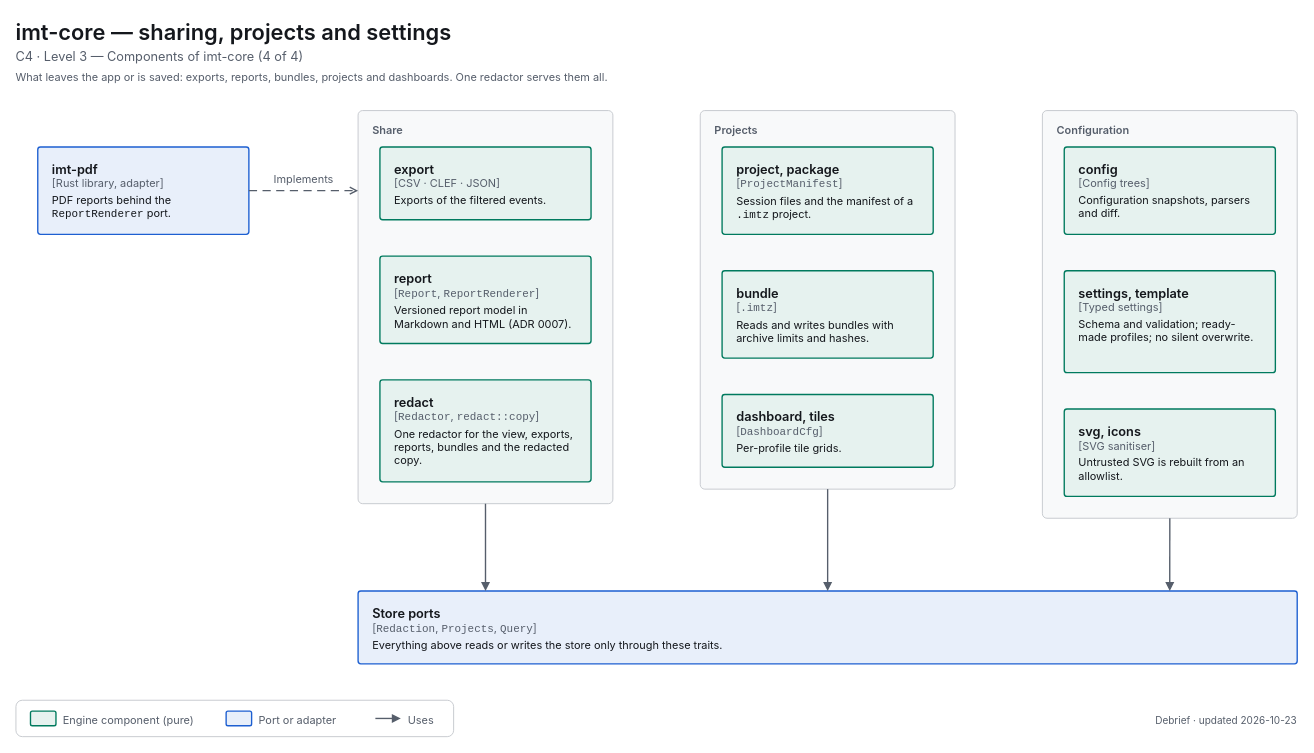
Earlier version of the draw.io diagram docs/diagrams/c4-3-engine-sharing.drawio (decryp7/integrated_maintenance_tool). Source tidied: cells renumbered, new cells numbered last; positions are measured from the earlier drawing's top-left corner, leaving out a move shared by most shapes. Both pictures are drawn from the tidied source at 91%, with x=0, y=0 at pixel (15, 15).
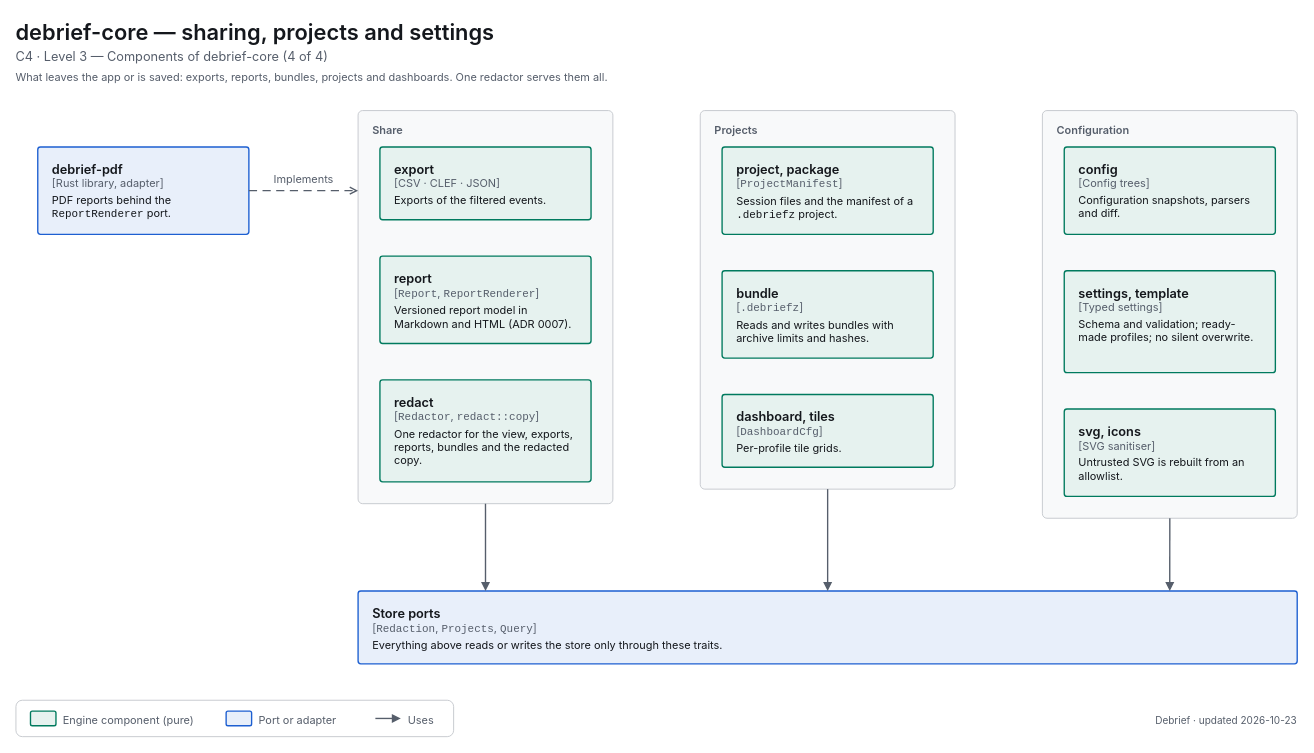
The same page after the edit.

Change to the diagram source:
```diff
@@
-    <mxCell id="2" value="&lt;span style=&quot;font-size:24px;font-weight:600&quot;&gt;imt-core — sharing, projects and settings&lt;/span&gt;" style="html=1;whiteSpace=wrap;fontFamily=-apple-system,BlinkMacSystemFont,Segoe UI,system-ui,sans-serif;fontSize=12;fontColor=light-dark(#14171C,#ECEEF1);text;strokeColor=none;fillColor=none;align=left;verticalAlign=top;spacing=0;fontColor=light-dark(#14171C,#ECEEF1);" parent="1" vertex="1">
+    <mxCell id="2" value="&lt;span style=&quot;font-size:24px;font-weight:600&quot;&gt;debrief-core — sharing, projects and settings&lt;/span&gt;" style="html=1;whiteSpace=wrap;fontFamily=-apple-system,BlinkMacSystemFont,Segoe UI,system-ui,sans-serif;fontSize=12;fontColor=light-dark(#14171C,#ECEEF1);text;strokeColor=none;fillColor=none;align=left;verticalAlign=top;spacing=0;fontColor=light-dark(#14171C,#ECEEF1);" parent="1" vertex="1">
       <mxGeometry width="1408" height="32" as="geometry" />
     </mxCell>
-    <mxCell id="3" value="&lt;span style=&quot;font-size:14px;font-weight:400&quot;&gt;C4 · Level 3 — Components of imt-core (4 of 4)&lt;/span&gt;" style="html=1;whiteSpace=wrap;fontFamily=-apple-system,BlinkMacSystemFont,Segoe UI,system-ui,sans-serif;fontSize=12;fontColor=light-dark(#14171C,#ECEEF1);text;strokeColor=none;fillColor=none;align=left;verticalAlign=top;spacing=0;fontColor=light-dark(#565E6B,#A0A7B2);" parent="1" vertex="1">
+    <mxCell id="3" value="&lt;span style=&quot;font-size:14px;font-weight:400&quot;&gt;C4 · Level 3 — Components of debrief-core (4 of 4)&lt;/span&gt;" style="html=1;whiteSpace=wrap;fontFamily=-apple-system,BlinkMacSystemFont,Segoe UI,system-ui,sans-serif;fontSize=12;fontColor=light-dark(#14171C,#ECEEF1);text;strokeColor=none;fillColor=none;align=left;verticalAlign=top;spacing=0;fontColor=light-dark(#565E6B,#A0A7B2);" parent="1" vertex="1">
       <mxGeometry y="32" width="1408" height="24" as="geometry" />
     </mxCell>
@@
-    <mxCell id="5" value="&lt;span style=&quot;font-size:14px;font-weight:600&quot;&gt;imt-pdf&lt;/span&gt;&lt;br&gt;&lt;span style=&quot;font-size:12px;color:light-dark(#565E6B,#A0A7B2)&quot;&gt;[Rust library, adapter]&lt;/span&gt;&lt;br&gt;&lt;div style=&quot;margin-top:4px;font-size:12px&quot;&gt;PDF reports behind the &lt;span style=&quot;font-family:ui-monospace,SF Mono,Cascadia Mono,Consolas,monospace;white-space:nowrap&quot;&gt;ReportRenderer&lt;/span&gt; port.&lt;/div&gt;" style="html=1;whiteSpace=wrap;fontFamily=-apple-system,BlinkMacSystemFont,Segoe UI,system-ui,sans-serif;fontSize=12;fontColor=light-dark(#14171C,#ECEEF1);rounded=1;absoluteArcSize=1;arcSize=6;strokeWidth=1.5;strokeColor=light-dark(#1D5FD1,#5B9BFF);fillColor=light-dark(#E8EFFA,#202C3F);align=left;verticalAlign=top;spacingLeft=14;spacingRight=14;spacingTop=10;spacingBottom=8;" parent="1" vertex="1">
+    <mxCell id="5" value="&lt;span style=&quot;font-size:14px;font-weight:600&quot;&gt;debrief-pdf&lt;/span&gt;&lt;br&gt;&lt;span style=&quot;font-size:12px;color:light-dark(#565E6B,#A0A7B2)&quot;&gt;[Rust library, adapter]&lt;/span&gt;&lt;br&gt;&lt;div style=&quot;margin-top:4px;font-size:12px&quot;&gt;PDF reports behind the &lt;span style=&quot;font-family:ui-monospace,SF Mono,Cascadia Mono,Consolas,monospace;white-space:nowrap&quot;&gt;ReportRenderer&lt;/span&gt; port.&lt;/div&gt;" style="html=1;whiteSpace=wrap;fontFamily=-apple-system,BlinkMacSystemFont,Segoe UI,system-ui,sans-serif;fontSize=12;fontColor=light-dark(#14171C,#ECEEF1);rounded=1;absoluteArcSize=1;arcSize=6;strokeWidth=1.5;strokeColor=light-dark(#1D5FD1,#5B9BFF);fillColor=light-dark(#E8EFFA,#202C3F);align=left;verticalAlign=top;spacingLeft=14;spacingRight=14;spacingTop=10;spacingBottom=8;" parent="1" vertex="1">
       <mxGeometry x="24" y="144" width="232" height="96" as="geometry" />
     </mxCell>
@@
-    <mxCell id="11" value="&lt;span style=&quot;font-size:14px;font-weight:600&quot;&gt;project, package&lt;/span&gt;&lt;br&gt;&lt;span style=&quot;font-size:12px;color:light-dark(#565E6B,#A0A7B2)&quot;&gt;[&lt;span style=&quot;font-family:ui-monospace,SF Mono,Cascadia Mono,Consolas,monospace;white-space:nowrap&quot;&gt;ProjectManifest&lt;/span&gt;]&lt;/span&gt;&lt;br&gt;&lt;div style=&quot;margin-top:4px;font-size:12px&quot;&gt;Session files and the manifest of a &lt;span style=&quot;font-family:ui-monospace,SF Mono,Cascadia Mono,Consolas,monospace;white-space:nowrap&quot;&gt;.imtz&lt;/span&gt; project.&lt;/div&gt;" style="html=1;whiteSpace=wrap;fontFamily=-apple-system,BlinkMacSystemFont,Segoe UI,system-ui,sans-serif;fontSize=12;fontColor=light-dark(#14171C,#ECEEF1);rounded=1;absoluteArcSize=1;arcSize=6;strokeWidth=1.5;strokeColor=light-dark(#007A5E,#2EC4A0);fillColor=light-dark(#E6F2EF,#193330);align=left;verticalAlign=top;spacingLeft=14;spacingRight=14;spacingTop=10;spacingBottom=8;" parent="1" vertex="1">
+    <mxCell id="11" value="&lt;span style=&quot;font-size:14px;font-weight:600&quot;&gt;project, package&lt;/span&gt;&lt;br&gt;&lt;span style=&quot;font-size:12px;color:light-dark(#565E6B,#A0A7B2)&quot;&gt;[&lt;span style=&quot;font-family:ui-monospace,SF Mono,Cascadia Mono,Consolas,monospace;white-space:nowrap&quot;&gt;ProjectManifest&lt;/span&gt;]&lt;/span&gt;&lt;br&gt;&lt;div style=&quot;margin-top:4px;font-size:12px&quot;&gt;Session files and the manifest of a &lt;span style=&quot;font-family:ui-monospace,SF Mono,Cascadia Mono,Consolas,monospace;white-space:nowrap&quot;&gt;.debriefz&lt;/span&gt; project.&lt;/div&gt;" style="html=1;whiteSpace=wrap;fontFamily=-apple-system,BlinkMacSystemFont,Segoe UI,system-ui,sans-serif;fontSize=12;fontColor=light-dark(#14171C,#ECEEF1);rounded=1;absoluteArcSize=1;arcSize=6;strokeWidth=1.5;strokeColor=light-dark(#007A5E,#2EC4A0);fillColor=light-dark(#E6F2EF,#193330);align=left;verticalAlign=top;spacingLeft=14;spacingRight=14;spacingTop=10;spacingBottom=8;" parent="1" vertex="1">
       <mxGeometry x="776" y="144" width="232" height="96" as="geometry" />
     </mxCell>
-    <mxCell id="12" value="&lt;span style=&quot;font-size:14px;font-weight:600&quot;&gt;bundle&lt;/span&gt;&lt;br&gt;&lt;span style=&quot;font-size:12px;color:light-dark(#565E6B,#A0A7B2)&quot;&gt;[&lt;span style=&quot;font-family:ui-monospace,SF Mono,Cascadia Mono,Consolas,monospace;white-space:nowrap&quot;&gt;.imtz&lt;/span&gt;]&lt;/span&gt;&lt;br&gt;&lt;div style=&quot;margin-top:4px;font-size:12px&quot;&gt;Reads and writes bundles with archive limits and hashes.&lt;/div&gt;" style="html=1;whiteSpace=wrap;fontFamily=-apple-system,BlinkMacSystemFont,Segoe UI,system-ui,sans-serif;fontSize=12;fontColor=light-dark(#14171C,#ECEEF1);rounded=1;absoluteArcSize=1;arcSize=6;strokeWidth=1.5;strokeColor=light-dark(#007A5E,#2EC4A0);fillColor=light-dark(#E6F2EF,#193330);align=left;verticalAlign=top;spacingLeft=14;spacingRight=14;spacingTop=10;spacingBottom=8;" parent="1" vertex="1">
+    <mxCell id="12" value="&lt;span style=&quot;font-size:14px;font-weight:600&quot;&gt;bundle&lt;/span&gt;&lt;br&gt;&lt;span style=&quot;font-size:12px;color:light-dark(#565E6B,#A0A7B2)&quot;&gt;[&lt;span style=&quot;font-family:ui-monospace,SF Mono,Cascadia Mono,Consolas,monospace;white-space:nowrap&quot;&gt;.debriefz&lt;/span&gt;]&lt;/span&gt;&lt;br&gt;&lt;div style=&quot;margin-top:4px;font-size:12px&quot;&gt;Reads and writes bundles with archive limits and hashes.&lt;/div&gt;" style="html=1;whiteSpace=wrap;fontFamily=-apple-system,BlinkMacSystemFont,Segoe UI,system-ui,sans-serif;fontSize=12;fontColor=light-dark(#14171C,#ECEEF1);rounded=1;absoluteArcSize=1;arcSize=6;strokeWidth=1.5;strokeColor=light-dark(#007A5E,#2EC4A0);fillColor=light-dark(#E6F2EF,#193330);align=left;verticalAlign=top;spacingLeft=14;spacingRight=14;spacingTop=10;spacingBottom=8;" parent="1" vertex="1">
       <mxGeometry x="776" y="280" width="232" height="96" as="geometry" />
     </mxCell>
```
